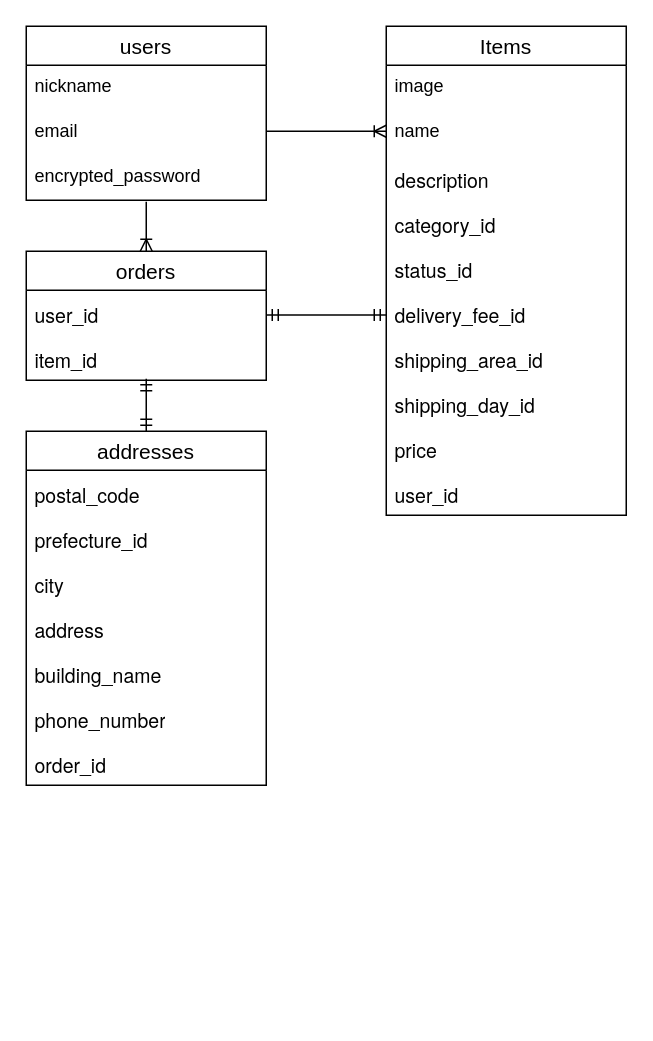
This is ER.dio from Hiromichi-Akiyama/furima-46088, a draw.io file, before an edit. Source tidied: cells renumbered, new cells numbered last; positions are measured from the earlier drawing's top-left corner, leaving out a move shared by most shapes. Both pictures are drawn from the tidied source at 150%, with x=0, y=0 at pixel (26, 26).
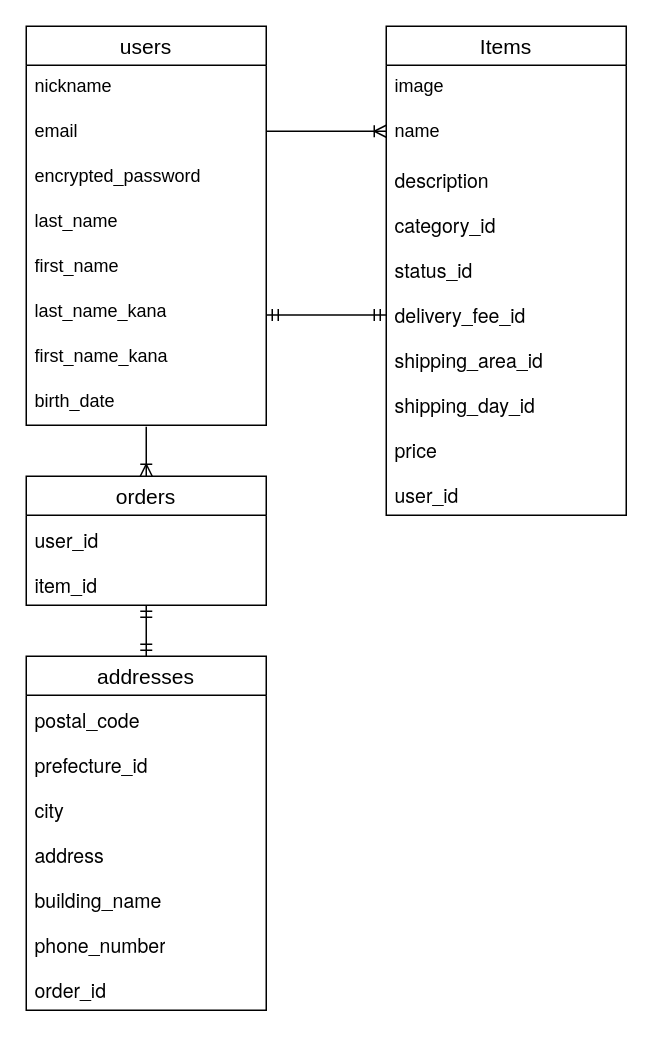
After the change.

Commit message (it also covers changes not shown here):
【修正】ER図およびREADME

The change refers to these unchanged cells:
```xml
<mxCell id="5" value="&lt;div&gt;&lt;span style=&quot;background-color: transparent;&quot;&gt;encrypted_password&lt;/span&gt;&lt;/div&gt;" style="text;strokeColor=none;fillColor=none;spacingLeft=4;spacingRight=4;overflow=hidden;points=[[0,0.5],[1,0.5]];portConstraint=eastwest;fontSize=12;whiteSpace=wrap;html=1;" parent="2" vertex="1">
  <mxGeometry y="86" width="160" height="30" as="geometry" />
</mxCell>
```

What changed in the source:
```diff
@@
     <mxCell id="2" value="users" style="swimlane;fontStyle=0;horizontal=1;startSize=26;align=center;fontSize=14;" parent="1" vertex="1">
-      <mxGeometry width="160" height="116" as="geometry" />
+      <mxGeometry width="160" height="266" as="geometry" />
     </mxCell>
@@
+    <mxCell id="32" value="last_name" style="text;strokeColor=none;fillColor=none;spacingLeft=4;spacingRight=4;overflow=hidden;fontSize=12;whiteSpace=wrap;html=1;" parent="2" vertex="1">
+      <mxGeometry y="116" width="160" height="30" as="geometry" />
+    </mxCell>
+    <mxCell id="33" value="first_name" style="text;strokeColor=none;fillColor=none;spacingLeft=4;spacingRight=4;overflow=hidden;fontSize=12;whiteSpace=wrap;html=1;" parent="2" vertex="1">
+      <mxGeometry y="146" width="160" height="30" as="geometry" />
+    </mxCell>
+    <mxCell id="34" value="last_name_kana" style="text;strokeColor=none;fillColor=none;spacingLeft=4;spacingRight=4;overflow=hidden;fontSize=12;whiteSpace=wrap;html=1;" parent="2" vertex="1">
+      <mxGeometry y="176" width="160" height="30" as="geometry" />
+    </mxCell>
+    <mxCell id="35" value="first_name_kana" style="text;strokeColor=none;fillColor=none;spacingLeft=4;spacingRight=4;overflow=hidden;fontSize=12;whiteSpace=wrap;html=1;" parent="2" vertex="1">
+      <mxGeometry y="206" width="160" height="30" as="geometry" />
+    </mxCell>
+    <mxCell id="36" value="birth_date" style="text;strokeColor=none;fillColor=none;spacingLeft=4;spacingRight=4;overflow=hidden;points=[[0,0.5],[1,0.5]];portConstraint=eastwest;fontSize=12;whiteSpace=wrap;html=1;" parent="2" vertex="1">
+      <mxGeometry y="236" width="160" height="30" as="geometry" />
+    </mxCell>
@@
-    <mxCell id="17" value="orders" style="swimlane;fontStyle=0;horizontal=1;startSize=26;align=center;fontSize=14;" parent="1" vertex="1">
-      <mxGeometry y="150" width="160" height="86" as="geometry" />
-    </mxCell>
-    <mxCell id="18" value="&lt;p style=&quot;margin: 0px; font-variant-numeric: normal; font-variant-east-asian: normal; font-variant-alternates: normal; font-size-adjust: none; font-kerning: auto; font-optical-sizing: auto; font-feature-settings: normal; font-variation-settings: normal; font-variant-position: normal; font-variant-emoji: normal; font-stretch: normal; font-size: 13px; line-height: normal; font-family: &amp;quot;Helvetica Neue&amp;quot;; color: rgb(0, 0, 0);&quot; class=&quot;p1&quot;&gt;user_id&lt;/p&gt;" style="text;strokeColor=none;fillColor=none;spacingLeft=4;spacingRight=4;overflow=hidden;fontSize=12;whiteSpace=wrap;html=1;" parent="17" vertex="1">
-      <mxGeometry y="26" width="160" height="30" as="geometry" />
-    </mxCell>
-    <mxCell id="19" value="&lt;p style=&quot;margin: 0px; font-variant-numeric: normal; font-variant-east-asian: normal; font-variant-alternates: normal; font-size-adjust: none; font-kerning: auto; font-optical-sizing: auto; font-feature-settings: normal; font-variation-settings: normal; font-variant-position: normal; font-variant-emoji: normal; font-stretch: normal; font-size: 13px; line-height: normal; font-family: &amp;quot;Helvetica Neue&amp;quot;; color: rgb(0, 0, 0);&quot; class=&quot;p1&quot;&gt;item_id&lt;/p&gt;" style="text;strokeColor=none;fillColor=none;spacingLeft=4;spacingRight=4;overflow=hidden;fontSize=12;whiteSpace=wrap;html=1;" parent="17" vertex="1">
-      <mxGeometry y="56" width="160" height="30" as="geometry" />
-    </mxCell>
@@
     <mxCell id="22" value="addresses" style="swimlane;fontStyle=0;horizontal=1;startSize=26;align=center;fontSize=14;" parent="1" vertex="1">
-      <mxGeometry y="270" width="160" height="236" as="geometry" />
+      <mxGeometry y="420" width="160" height="236" as="geometry" />
     </mxCell>
@@
-    <mxCell id="30" style="fontSize=12;html=1;endArrow=ERoneToMany;entryX=0.5;entryY=0;entryDx=0;entryDy=0;exitX=0.5;exitY=1.033;exitDx=0;exitDy=0;exitPerimeter=0;" parent="1" edge="1" source="5" target="17">
+    <mxCell id="30" style="fontSize=12;html=1;endArrow=ERoneToMany;entryX=0.5;entryY=0;entryDx=0;entryDy=0;exitX=0.5;exitY=1.033;exitDx=0;exitDy=0;exitPerimeter=0;" parent="1" edge="1" source="36" target="17">
       <mxGeometry relative="1" as="geometry" />
     </mxCell>
-    <mxCell id="31" style="fontSize=12;html=1;endArrow=ERmandOne;startArrow=ERmandOne;entryX=0.5;entryY=0;entryDx=0;entryDy=0;" parent="1" edge="1" target="22">
-      <mxGeometry relative="1" as="geometry">
-        <mxPoint x="80" y="235" as="sourcePoint" />
-      </mxGeometry>
+    <mxCell id="31" style="fontSize=12;html=1;endArrow=ERmandOne;startArrow=ERmandOne;entryX=0.5;entryY=0;entryDx=0;entryDy=0;" parent="1" edge="1" source="17" target="22">
+      <mxGeometry relative="1" as="geometry" />
     </mxCell>
+    <mxCell id="17" value="orders" style="swimlane;fontStyle=0;horizontal=1;startSize=26;align=center;fontSize=14;" parent="1" vertex="1">
+      <mxGeometry y="300" width="160" height="86" as="geometry" />
+    </mxCell>
+    <mxCell id="18" value="&lt;p style=&quot;margin: 0px; font-variant-numeric: normal; font-variant-east-asian: normal; font-variant-alternates: normal; font-size-adjust: none; font-kerning: auto; font-optical-sizing: auto; font-feature-settings: normal; font-variation-settings: normal; font-variant-position: normal; font-variant-emoji: normal; font-stretch: normal; font-size: 13px; line-height: normal; font-family: &amp;quot;Helvetica Neue&amp;quot;; color: rgb(0, 0, 0);&quot; class=&quot;p1&quot;&gt;user_id&lt;/p&gt;" style="text;strokeColor=none;fillColor=none;spacingLeft=4;spacingRight=4;overflow=hidden;fontSize=12;whiteSpace=wrap;html=1;" parent="17" vertex="1">
+      <mxGeometry y="26" width="160" height="30" as="geometry" />
+    </mxCell>
+    <mxCell id="19" value="&lt;p style=&quot;margin: 0px; font-variant-numeric: normal; font-variant-east-asian: normal; font-variant-alternates: normal; font-size-adjust: none; font-kerning: auto; font-optical-sizing: auto; font-feature-settings: normal; font-variation-settings: normal; font-variant-position: normal; font-variant-emoji: normal; font-stretch: normal; font-size: 13px; line-height: normal; font-family: &amp;quot;Helvetica Neue&amp;quot;; color: rgb(0, 0, 0);&quot; class=&quot;p1&quot;&gt;item_id&lt;/p&gt;" style="text;strokeColor=none;fillColor=none;spacingLeft=4;spacingRight=4;overflow=hidden;fontSize=12;whiteSpace=wrap;html=1;" parent="17" vertex="1">
+      <mxGeometry y="56" width="160" height="30" as="geometry" />
+    </mxCell>
```
